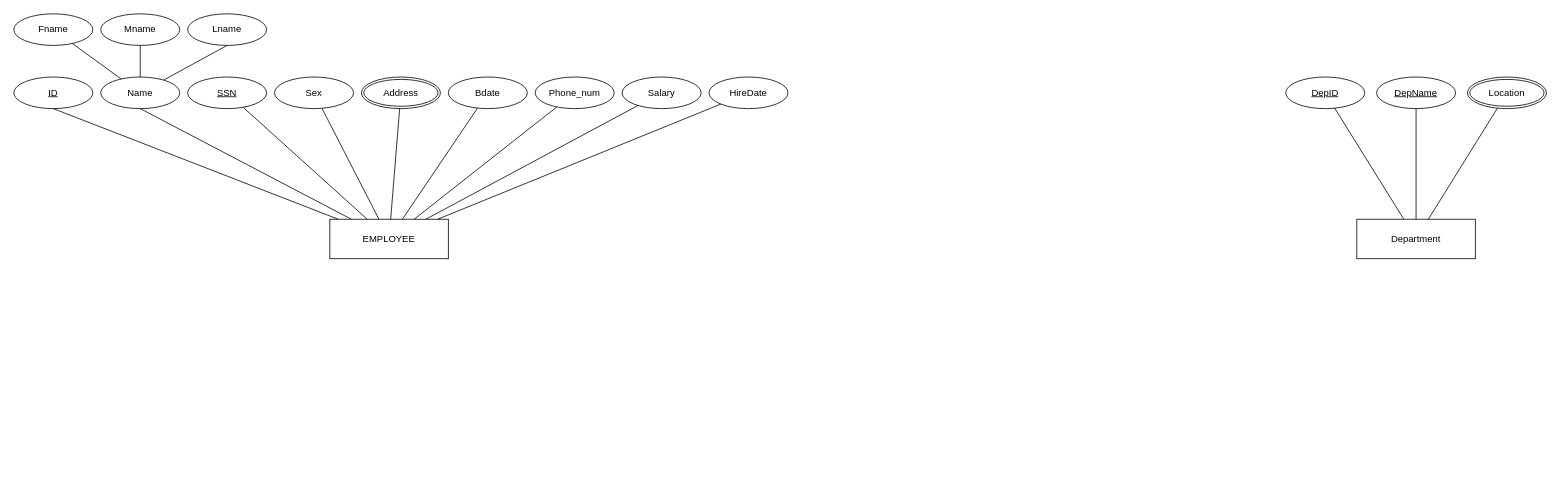
This is docs/project.drawio from anand-byamba/database-project, a draw.io file, before an edit. Source tidied: cells renumbered, new cells numbered last; positions are measured from the earlier drawing's top-left corner, leaving out a move shared by most shapes. Both pictures are drawn from the tidied source at 79%, with x=0, y=0 at pixel (13, 13).
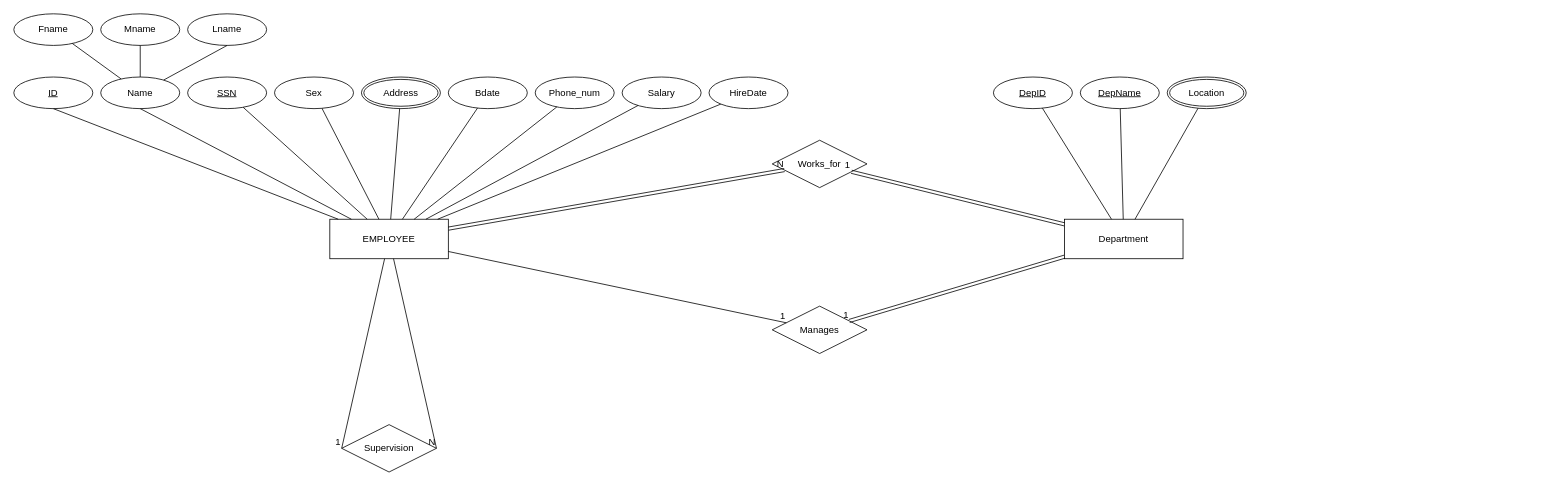
Above is the later version.

Unchanged cells that the change refers to:
```xml
<mxCell id="2" value="EMPLOYEE" style="whiteSpace=wrap;html=1;align=center;" parent="1" vertex="1">
  <mxGeometry x="400" y="260" width="150" height="50" as="geometry" />
</mxCell>
```

The edit, as a diff of the source:
```diff
@@
     <mxCell id="27" value="Department" style="whiteSpace=wrap;html=1;align=center;" parent="1" vertex="1">
-      <mxGeometry x="1700" y="260" width="150" height="50" as="geometry" />
+      <mxGeometry x="1330" y="260" width="150" height="50" as="geometry" />
     </mxCell>
     <mxCell id="28" value="DepID" style="ellipse;whiteSpace=wrap;html=1;align=center;fontStyle=4;" parent="1" vertex="1">
-      <mxGeometry x="1610" y="80" width="100" height="40" as="geometry" />
+      <mxGeometry x="1240" y="80" width="100" height="40" as="geometry" />
     </mxCell>
     <mxCell id="29" value="DepName" style="ellipse;whiteSpace=wrap;html=1;align=center;fontStyle=4;" parent="1" vertex="1">
-      <mxGeometry x="1725" y="80" width="100" height="40" as="geometry" />
+      <mxGeometry x="1350" y="80" width="100" height="40" as="geometry" />
     </mxCell>
     <mxCell id="30" value="Location" style="ellipse;shape=doubleEllipse;margin=3;whiteSpace=wrap;html=1;align=center;" parent="1" vertex="1">
-      <mxGeometry x="1840" y="80" width="100" height="40" as="geometry" />
+      <mxGeometry x="1460" y="80" width="100" height="40" as="geometry" />
     </mxCell>
@@
+    <mxCell id="34" value="Works_for" style="shape=rhombus;perimeter=rhombusPerimeter;whiteSpace=wrap;html=1;align=center;" parent="1" vertex="1">
+      <mxGeometry x="960" y="160" width="120" height="60" as="geometry" />
+    </mxCell>
+    <mxCell id="35" value="Manages" style="shape=rhombus;perimeter=rhombusPerimeter;whiteSpace=wrap;html=1;align=center;" parent="1" vertex="1">
+      <mxGeometry x="960" y="370" width="120" height="60" as="geometry" />
+    </mxCell>
+    <mxCell id="36" style="shape=link;html=1;rounded=0;" parent="1" edge="1" source="2" target="34">
+      <mxGeometry relative="1" as="geometry" />
+    </mxCell>
+    <mxCell id="37" value="N" style="html=1;whiteSpace=wrap;align=right;verticalAlign=bottom;" parent="36" vertex="1">
+      <mxGeometry x="1" relative="1" as="geometry" />
+    </mxCell>
+    <mxCell id="38" style="shape=link;html=1;rounded=0;" parent="1" edge="1" source="27" target="34">
+      <mxGeometry relative="1" as="geometry" />
+    </mxCell>
+    <mxCell id="39" value="1" style="html=1;whiteSpace=wrap;align=right;verticalAlign=bottom;" parent="38" vertex="1">
+      <mxGeometry x="1" relative="1" as="geometry" />
+    </mxCell>
+    <mxCell id="40" style="endArrow=none;html=1;rounded=0;" parent="1" edge="1" source="2" target="35">
+      <mxGeometry relative="1" as="geometry" />
+    </mxCell>
+    <mxCell id="41" value="1" style="html=1;whiteSpace=wrap;align=right;verticalAlign=bottom;" parent="40" vertex="1">
+      <mxGeometry x="1" relative="1" as="geometry" />
+    </mxCell>
+    <mxCell id="42" style="shape=link;html=1;rounded=0;" parent="1" edge="1" source="27" target="35">
+      <mxGeometry relative="1" as="geometry" />
+    </mxCell>
+    <mxCell id="43" value="1" style="html=1;whiteSpace=wrap;align=right;verticalAlign=bottom;" parent="42" vertex="1">
+      <mxGeometry x="1" relative="1" as="geometry" />
+    </mxCell>
+    <mxCell id="44" value="Supervision" style="shape=rhombus;perimeter=rhombusPerimeter;whiteSpace=wrap;html=1;align=center;" parent="1" vertex="1">
+      <mxGeometry x="415" y="520" width="120" height="60" as="geometry" />
+    </mxCell>
+    <mxCell id="45" style="endArrow=none;html=1;rounded=0;entryX=1;entryY=0.5;entryDx=0;entryDy=0;" parent="1" edge="1" source="2" target="44">
+      <mxGeometry relative="1" as="geometry" />
+    </mxCell>
+    <mxCell id="46" value="N" style="html=1;whiteSpace=wrap;align=right;verticalAlign=bottom;" parent="45" vertex="1">
+      <mxGeometry x="1" relative="1" as="geometry" />
+    </mxCell>
+    <mxCell id="47" style="endArrow=none;html=1;rounded=0;entryX=0;entryY=0.5;entryDx=0;entryDy=0;" parent="1" edge="1" source="2" target="44">
+      <mxGeometry relative="1" as="geometry" />
+    </mxCell>
+    <mxCell id="48" value="1" style="html=1;whiteSpace=wrap;align=right;verticalAlign=bottom;" parent="47" vertex="1">
+      <mxGeometry x="1" relative="1" as="geometry" />
+    </mxCell>
```
